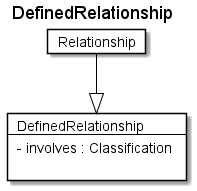
Above: fragments/diagrams/DefinedRelationship.png in rtigran/rdf2adoc (PlantUML), before the change. Its diagram source:
```plantuml
@startuml
Title DefinedRelationship

Card DefinedRelationship #fff [
DefinedRelationship
----
- involves : Classification

]
Card Relationship #fff [
Relationship
]
Relationship --|> DefinedRelationship  #000
@enduml
```
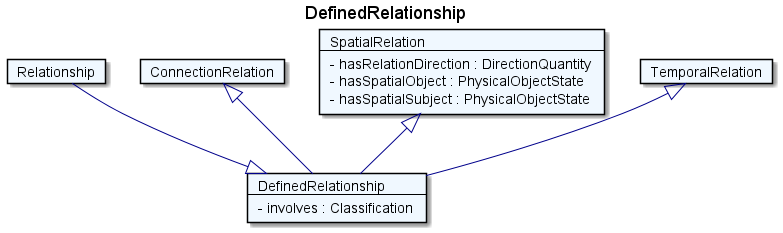
Later version of the same file.

The edit, as a diff of the source:
```diff
@@ -1,14 +1,29 @@
 @startuml
 Title DefinedRelationship
 
-Card DefinedRelationship #fff [
+Card DefinedRelationship #F0F8FF [
 DefinedRelationship
 ----
 - involves : Classification
-
 ]
-Card Relationship #fff [
+Card Relationship #F0F8FF [
 Relationship
 ]
-Relationship --|> DefinedRelationship  #000
+Relationship --|> DefinedRelationship  #00008B
+Card ConnectionRelation #F0F8FF [
+ConnectionRelation
+]
+ConnectionRelation <|-- DefinedRelationship  #00008B
+Card SpatialRelation #F0F8FF [
+SpatialRelation
+----
+- hasRelationDirection : DirectionQuantity
+- hasSpatialObject : PhysicalObjectState
+- hasSpatialSubject : PhysicalObjectState
+]
+SpatialRelation <|-- DefinedRelationship  #00008B
+Card TemporalRelation #F0F8FF [
+TemporalRelation
+]
+TemporalRelation <|-- DefinedRelationship  #00008B
 @enduml
```
